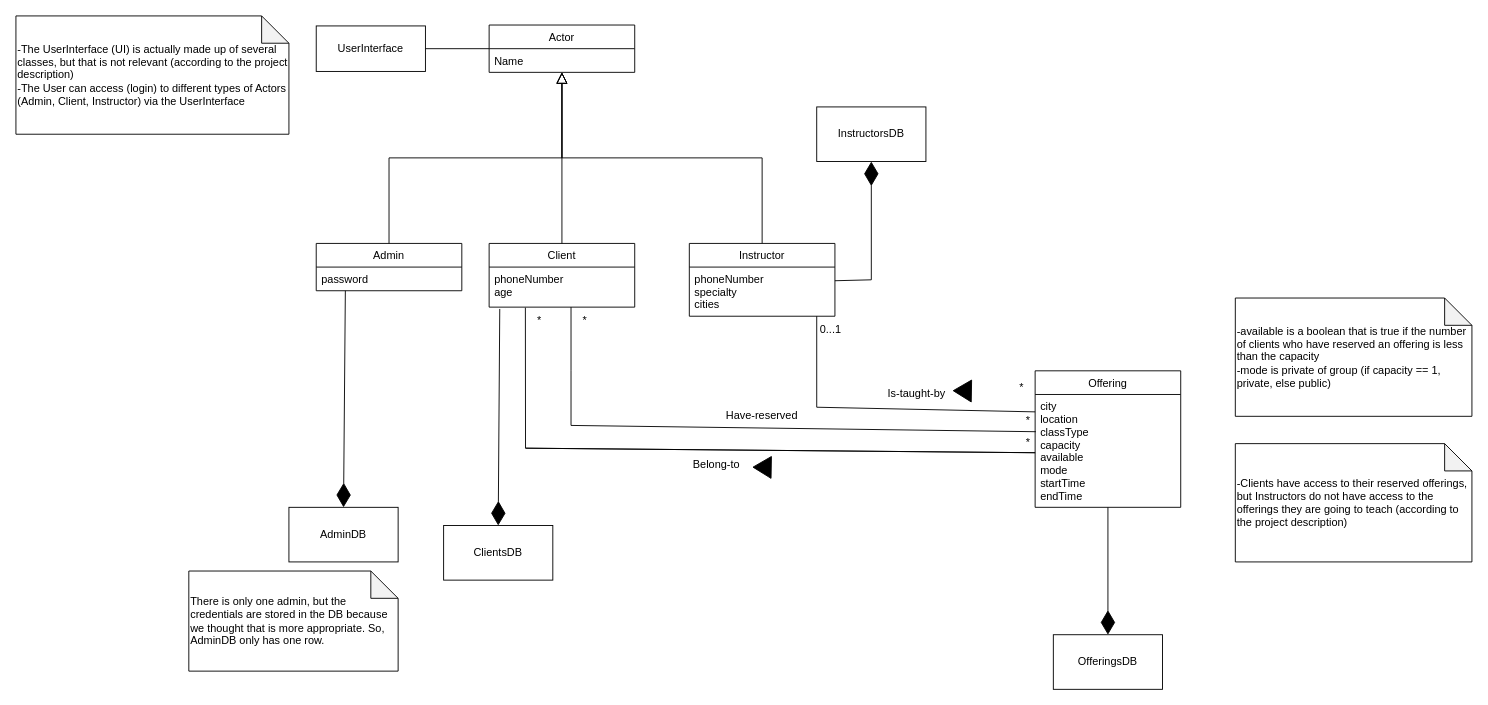
The draw.io diagram Artifacts/Domain Model.drawio in aleckira/SOEN_342_PROJECT, before the edit. Source tidied: cells renumbered, new cells numbered last; positions are measured from the earlier drawing's top-left corner, leaving out a move shared by most shapes. Both pictures are drawn from the tidied source at 91%, with x=0, y=0 at pixel (15, 15).
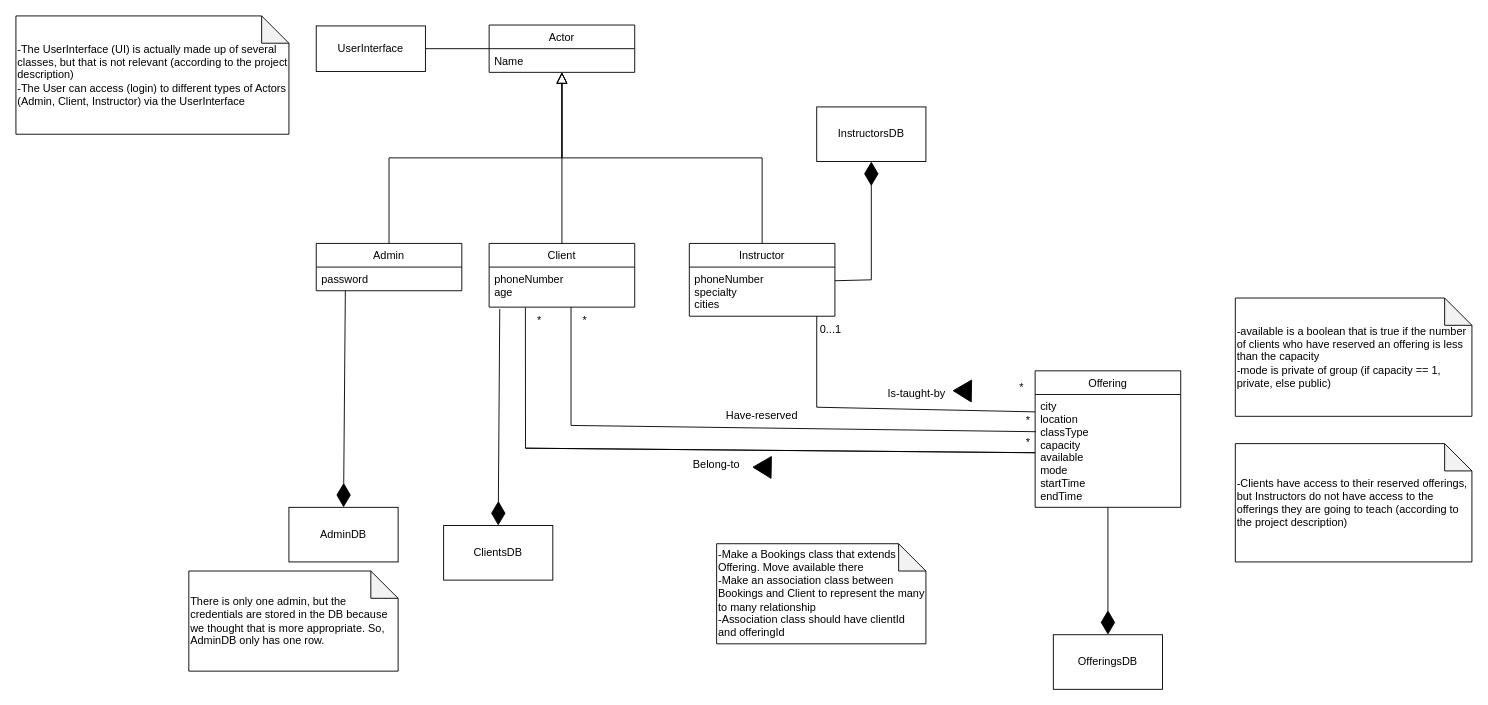
Above is the later version.

Change to the diagram source:
```diff
@@
+    <mxCell id="43" value="-Make a Bookings class that extends Offering. Move available there&lt;br&gt;-Make an association class between Bookings and Client to represent the many to many relationship&lt;div&gt;-Association class should have clientId and offeringId&lt;/div&gt;" style="shape=note;whiteSpace=wrap;html=1;backgroundOutline=1;darkOpacity=0.05;align=left;" parent="1" vertex="1">
+      <mxGeometry x="770" y="580" width="230" height="110" as="geometry" />
+    </mxCell>
```
